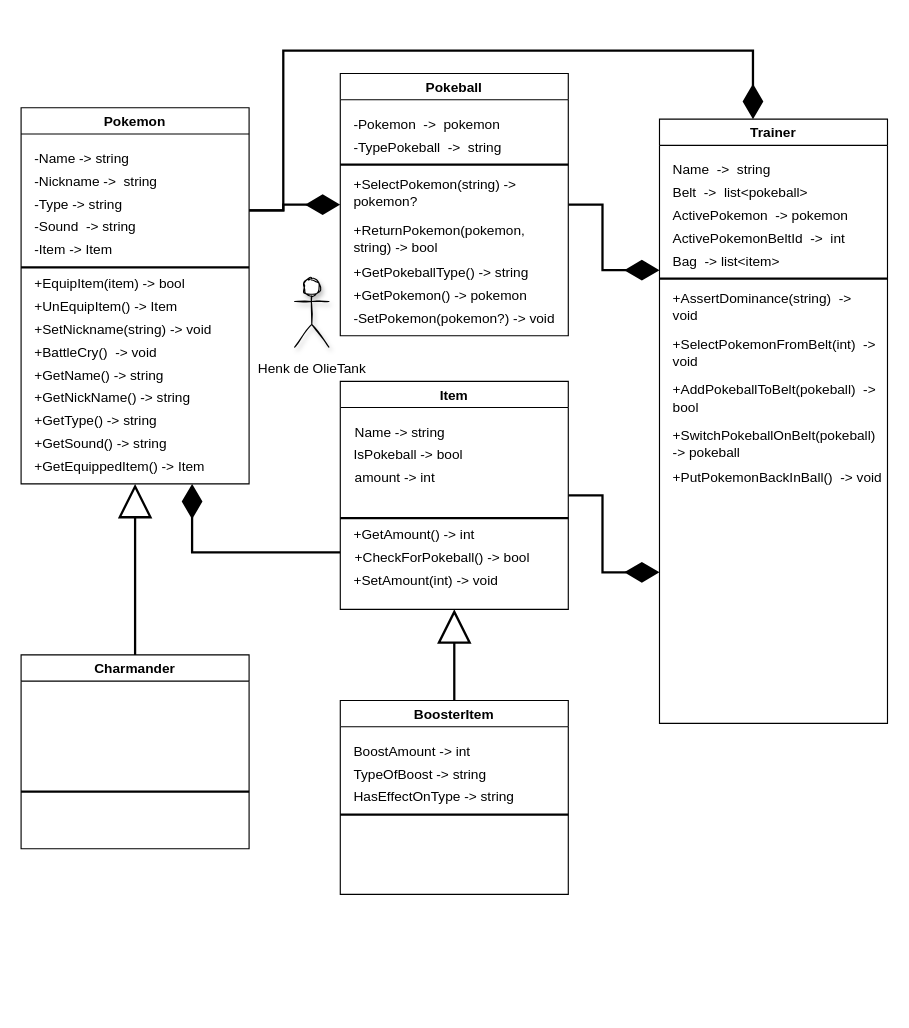
The draw.io diagram Pokemon-Battle-Sim/class diagram.drawio in oldmartijntje/Pokemon-Battle-Simulator, before the edit. Source tidied: cells renumbered, new cells numbered last; positions are measured from the earlier drawing's top-left corner, leaving out a move shared by most shapes. Both pictures are drawn from the tidied source at 114%, with x=0, y=0 at pixel (21, 50).
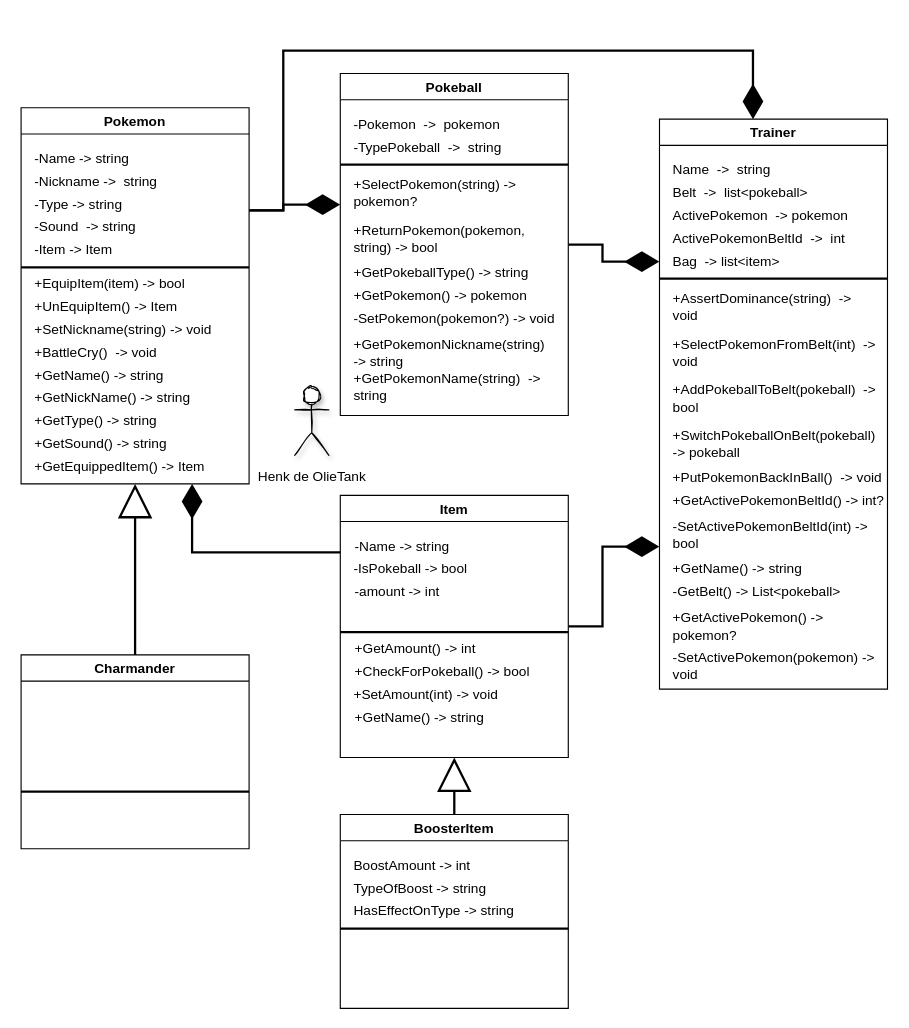
After the change.

What changed in the source:
```diff
@@
     <mxCell id="21" value="Pokeball" style="swimlane;fillStyle=auto;fillColor=default;swimlaneFillColor=default;" parent="1" vertex="1">
-      <mxGeometry x="280" y="20" width="200" height="230" as="geometry" />
+      <mxGeometry x="280" y="20" width="200" height="300" as="geometry" />
     </mxCell>
@@
+    <mxCell id="62" value="+GetPokemonNickname(string)&amp;nbsp; -&amp;gt; string" style="text;html=1;strokeColor=none;fillColor=none;align=left;verticalAlign=middle;whiteSpace=wrap;rounded=0;fillStyle=auto;" parent="21" vertex="1">
+      <mxGeometry x="10" y="230" width="180" height="30" as="geometry" />
+    </mxCell>
+    <mxCell id="63" value="+GetPokemonName(string)&amp;nbsp; -&amp;gt; string" style="text;html=1;strokeColor=none;fillColor=none;align=left;verticalAlign=middle;whiteSpace=wrap;rounded=0;fillStyle=auto;" parent="21" vertex="1">
+      <mxGeometry x="10" y="260" width="180" height="30" as="geometry" />
+    </mxCell>
     <mxCell id="30" value="&lt;p style=&quot;line-height: 0;&quot;&gt;Henk de OlieTank&lt;/p&gt;" style="shape=umlActor;verticalLabelPosition=bottom;verticalAlign=top;html=1;fillStyle=auto;fillColor=default;strokeWidth=1;perimeterSpacing=0;shadow=1;sketch=1;" parent="1" vertex="1">
-      <mxGeometry x="240" y="200" width="30" height="60" as="geometry" />
+      <mxGeometry x="240" y="295" width="30" height="60" as="geometry" />
     </mxCell>
     <mxCell id="31" value="Trainer" style="swimlane;fillStyle=auto;fillColor=default;swimlaneFillColor=default;" parent="1" vertex="1">
-      <mxGeometry x="560" y="60" width="200" height="530" as="geometry" />
+      <mxGeometry x="560" y="60" width="200" height="500" as="geometry" />
     </mxCell>
@@
+    <mxCell id="64" value="+GetActivePokemonBeltId() -&amp;gt; int?" style="text;html=1;strokeColor=none;fillColor=none;align=left;verticalAlign=middle;whiteSpace=wrap;rounded=0;fillStyle=auto;" parent="31" vertex="1">
+      <mxGeometry x="10" y="320" width="190" height="30" as="geometry" />
+    </mxCell>
+    <mxCell id="65" value="-SetActivePokemonBeltId(int) -&amp;gt; bool" style="text;html=1;strokeColor=none;fillColor=none;align=left;verticalAlign=middle;whiteSpace=wrap;rounded=0;fillStyle=auto;" parent="31" vertex="1">
+      <mxGeometry x="10" y="350" width="190" height="30" as="geometry" />
+    </mxCell>
+    <mxCell id="66" value="+GetName() -&amp;gt; string" style="text;html=1;strokeColor=none;fillColor=none;align=left;verticalAlign=middle;whiteSpace=wrap;rounded=0;fillStyle=auto;" parent="31" vertex="1">
+      <mxGeometry x="10" y="380" width="190" height="30" as="geometry" />
+    </mxCell>
+    <mxCell id="67" value="-GetBelt() -&amp;gt; List&amp;lt;pokeball&amp;gt;" style="text;html=1;strokeColor=none;fillColor=none;align=left;verticalAlign=middle;whiteSpace=wrap;rounded=0;fillStyle=auto;" parent="31" vertex="1">
+      <mxGeometry x="10" y="400" width="190" height="30" as="geometry" />
+    </mxCell>
+    <mxCell id="68" value="+GetActivePokemon() -&amp;gt; pokemon?" style="text;html=1;strokeColor=none;fillColor=none;align=left;verticalAlign=middle;whiteSpace=wrap;rounded=0;fillStyle=auto;" parent="31" vertex="1">
+      <mxGeometry x="10" y="430" width="190" height="30" as="geometry" />
+    </mxCell>
+    <mxCell id="69" value="-SetActivePokemon(pokemon) -&amp;gt; void" style="text;html=1;strokeColor=none;fillColor=none;align=left;verticalAlign=middle;whiteSpace=wrap;rounded=0;fillStyle=auto;" parent="31" vertex="1">
+      <mxGeometry x="10" y="465" width="190" height="30" as="geometry" />
+    </mxCell>
@@
     <mxCell id="48" value="Item" style="swimlane;fillStyle=auto;fillColor=default;swimlaneFillColor=default;" parent="1" vertex="1">
-      <mxGeometry x="280" y="290" width="200" height="200" as="geometry" />
+      <mxGeometry x="280" y="390" width="200" height="230" as="geometry" />
     </mxCell>
@@
-    <mxCell id="50" value="Name&amp;nbsp;-&amp;gt; string" style="text;html=1;strokeColor=none;fillColor=none;align=left;verticalAlign=middle;whiteSpace=wrap;rounded=0;fillStyle=auto;" parent="48" vertex="1">
+    <mxCell id="50" value="-Name&amp;nbsp;-&amp;gt; string" style="text;html=1;strokeColor=none;fillColor=none;align=left;verticalAlign=middle;whiteSpace=wrap;rounded=0;fillStyle=auto;" parent="48" vertex="1">
       <mxGeometry x="11" y="30" width="180" height="30" as="geometry" />
     </mxCell>
-    <mxCell id="51" value="IsPokeball&amp;nbsp;-&amp;gt; bool" style="text;html=1;strokeColor=none;fillColor=none;align=left;verticalAlign=middle;whiteSpace=wrap;rounded=0;fillStyle=auto;" parent="48" vertex="1">
+    <mxCell id="51" value="-IsPokeball&amp;nbsp;-&amp;gt; bool" style="text;html=1;strokeColor=none;fillColor=none;align=left;verticalAlign=middle;whiteSpace=wrap;rounded=0;fillStyle=auto;" parent="48" vertex="1">
       <mxGeometry x="10" y="50" width="180" height="30" as="geometry" />
     </mxCell>
-    <mxCell id="52" value="amount -&amp;gt; int&amp;nbsp;" style="text;html=1;strokeColor=none;fillColor=none;align=left;verticalAlign=middle;whiteSpace=wrap;rounded=0;fillStyle=auto;" parent="48" vertex="1">
+    <mxCell id="52" value="-amount -&amp;gt; int&amp;nbsp;" style="text;html=1;strokeColor=none;fillColor=none;align=left;verticalAlign=middle;whiteSpace=wrap;rounded=0;fillStyle=auto;" parent="48" vertex="1">
       <mxGeometry x="11" y="70" width="180" height="30" as="geometry" />
     </mxCell>
     <mxCell id="53" value="+GetAmount() -&amp;gt; int" style="text;html=1;strokeColor=none;fillColor=none;align=left;verticalAlign=middle;whiteSpace=wrap;rounded=0;fillStyle=auto;" parent="48" vertex="1">
-      <mxGeometry x="10" y="120" width="180" height="30" as="geometry" />
+      <mxGeometry x="11" y="120" width="180" height="30" as="geometry" />
     </mxCell>
@@
+    <mxCell id="70" value="+GetName() -&amp;gt; string" style="text;html=1;strokeColor=none;fillColor=none;align=left;verticalAlign=middle;whiteSpace=wrap;rounded=0;fillStyle=auto;" parent="48" vertex="1">
+      <mxGeometry x="11" y="180" width="180" height="30" as="geometry" />
+    </mxCell>
@@
     <mxCell id="57" value="BoosterItem" style="swimlane;fillStyle=auto;fillColor=default;swimlaneFillColor=default;" parent="1" vertex="1">
-      <mxGeometry x="280" y="570" width="200" height="170" as="geometry" />
+      <mxGeometry x="280" y="670" width="200" height="170" as="geometry" />
     </mxCell>
```
